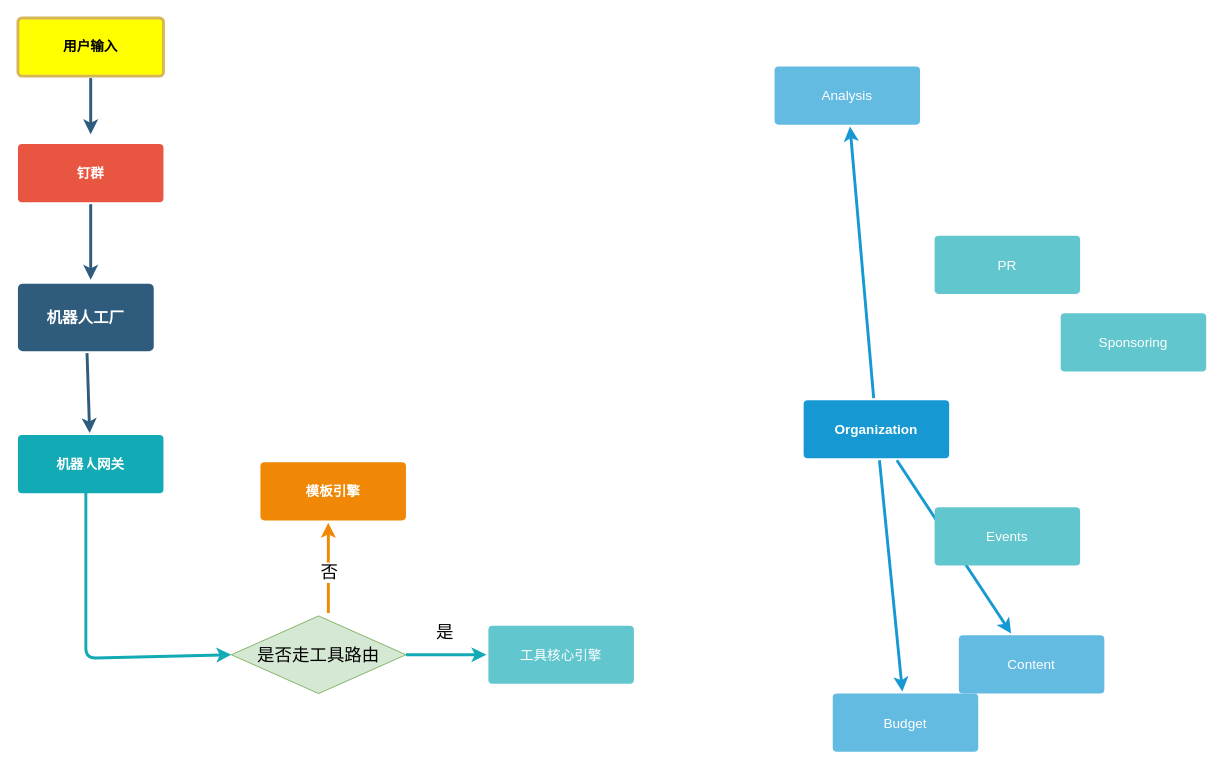
This is daily/Untitled Diagram.drawio from RdAllen/leetcode-1, a draw.io file, before an edit. Source tidied: cells renumbered, new cells numbered last; positions are measured from the earlier drawing's top-left corner, leaving out a move shared by most shapes. Both pictures are drawn from the tidied source at 97%, with x=0, y=0 at pixel (17, 17).
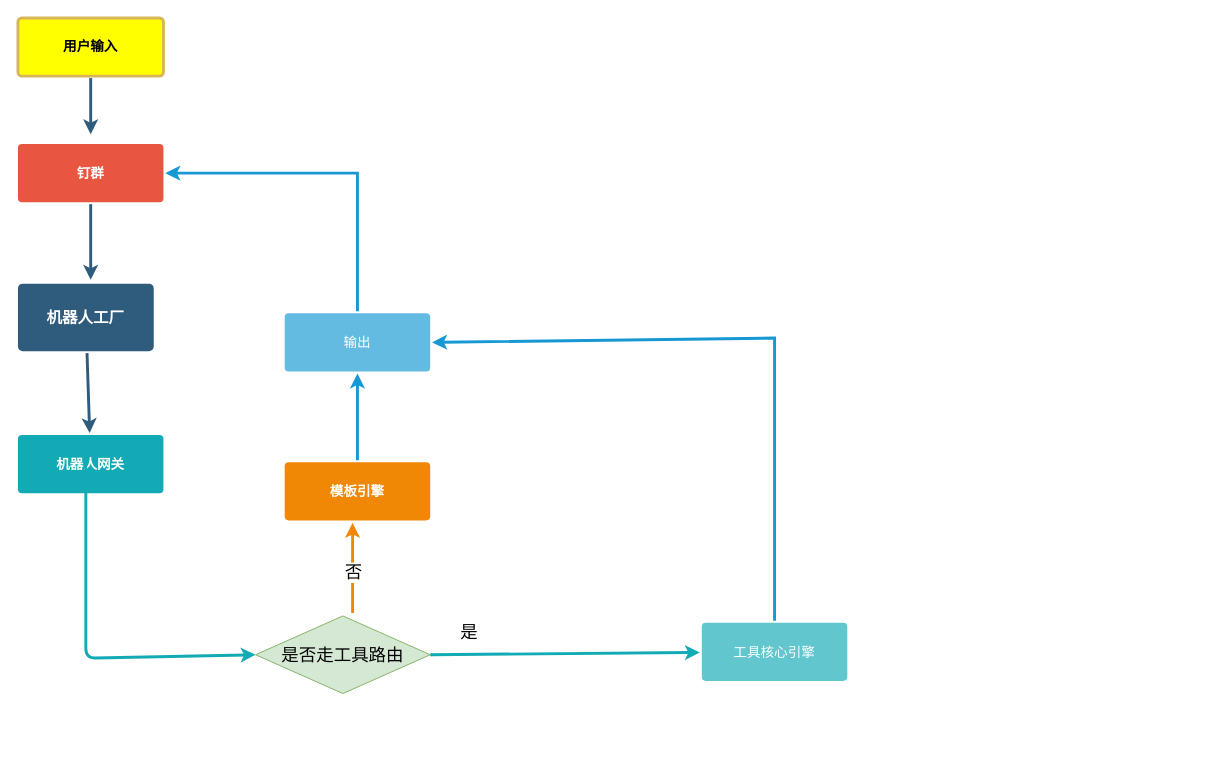
The same page after the edit.

The change refers to these unchanged cells:
```xml
<mxCell id="25" value="钉群" style="rounded=1;whiteSpace=wrap;html=1;shadow=0;labelBackgroundColor=none;strokeColor=none;strokeWidth=3;fillColor=#e85642;fontFamily=Helvetica;fontSize=14;fontColor=#FFFFFF;align=center;spacing=5;fontStyle=1;arcSize=7;perimeterSpacing=2;" parent="1" vertex="1">
  <mxGeometry y="130" width="150" height="60" as="geometry" />
</mxCell>
```

The edit, as a diff of the source:
```diff
@@
-    <mxCell id="6" style="edgeStyle=none;rounded=0;jumpStyle=none;html=1;shadow=0;labelBackgroundColor=none;startArrow=none;startFill=0;endArrow=classic;endFill=1;jettySize=auto;strokeColor=#1699D3;strokeWidth=3;fontFamily=Helvetica;fontSize=14;fontColor=#FFFFFF;spacing=5;" parent="1" edge="1" source="9" target="12">
+    <mxCell id="6" style="edgeStyle=none;rounded=0;jumpStyle=none;html=1;shadow=0;labelBackgroundColor=none;startArrow=none;startFill=0;endArrow=classic;endFill=1;jettySize=auto;strokeColor=#1699D3;strokeWidth=3;fontFamily=Helvetica;fontSize=14;fontColor=#FFFFFF;spacing=5;exitX=0.5;exitY=0;exitDx=0;exitDy=0;entryX=0.5;entryY=1;entryDx=0;entryDy=0;" parent="1" edge="1" source="13" target="12">
       <mxGeometry relative="1" as="geometry" />
     </mxCell>
-    <mxCell id="7" style="edgeStyle=none;rounded=0;jumpStyle=none;html=1;shadow=0;labelBackgroundColor=none;startArrow=none;startFill=0;endArrow=classic;endFill=1;jettySize=auto;strokeColor=#1699D3;strokeWidth=3;fontFamily=Helvetica;fontSize=14;fontColor=#FFFFFF;spacing=5;" parent="1" edge="1" source="9" target="11">
-      <mxGeometry relative="1" as="geometry" />
-    </mxCell>
-    <mxCell id="8" style="edgeStyle=none;rounded=0;jumpStyle=none;html=1;shadow=0;labelBackgroundColor=none;startArrow=none;startFill=0;endArrow=classic;endFill=1;jettySize=auto;strokeColor=#1699D3;strokeWidth=3;fontFamily=Helvetica;fontSize=14;fontColor=#FFFFFF;spacing=5;" parent="1" edge="1" source="9" target="10">
-      <mxGeometry relative="1" as="geometry" />
+    <mxCell id="8" style="edgeStyle=none;rounded=0;jumpStyle=none;html=1;shadow=0;labelBackgroundColor=none;startArrow=none;startFill=0;endArrow=classic;endFill=1;jettySize=auto;strokeColor=#1699D3;strokeWidth=3;fontFamily=Helvetica;fontSize=14;fontColor=#FFFFFF;spacing=5;entryX=1;entryY=0.5;entryDx=0;entryDy=0;exitX=0.5;exitY=0;exitDx=0;exitDy=0;" parent="1" edge="1" source="12" target="25">
+      <mxGeometry relative="1" as="geometry">
+        <Array as="points">
+          <mxPoint x="350" y="160" />
+        </Array>
+      </mxGeometry>
     </mxCell>
-    <mxCell id="9" value="Organization" style="rounded=1;whiteSpace=wrap;html=1;shadow=0;labelBackgroundColor=none;strokeColor=none;strokeWidth=3;fillColor=#1699d3;fontFamily=Helvetica;fontSize=14;fontColor=#FFFFFF;align=center;spacing=5;fontStyle=1;arcSize=7;perimeterSpacing=2;" parent="1" vertex="1">
-      <mxGeometry x="810" y="394" width="150" height="60" as="geometry" />
-    </mxCell>
-    <mxCell id="10" value="Content" style="rounded=1;whiteSpace=wrap;html=1;shadow=0;labelBackgroundColor=none;strokeColor=none;strokeWidth=3;fillColor=#64bbe2;fontFamily=Helvetica;fontSize=14;fontColor=#FFFFFF;align=center;spacing=5;arcSize=7;perimeterSpacing=2;" parent="1" vertex="1">
-      <mxGeometry x="970" y="636.5" width="150" height="60" as="geometry" />
-    </mxCell>
-    <mxCell id="11" value="Budget" style="rounded=1;whiteSpace=wrap;html=1;shadow=0;labelBackgroundColor=none;strokeColor=none;strokeWidth=3;fillColor=#64bbe2;fontFamily=Helvetica;fontSize=14;fontColor=#FFFFFF;align=center;spacing=5;arcSize=7;perimeterSpacing=2;" parent="1" vertex="1">
-      <mxGeometry x="840" y="696.5" width="150" height="60" as="geometry" />
-    </mxCell>
-    <mxCell id="12" value="Analysis" style="rounded=1;whiteSpace=wrap;html=1;shadow=0;labelBackgroundColor=none;strokeColor=none;strokeWidth=3;fillColor=#64bbe2;fontFamily=Helvetica;fontSize=14;fontColor=#FFFFFF;align=center;spacing=5;arcSize=7;perimeterSpacing=2;" parent="1" vertex="1">
-      <mxGeometry x="780" y="50" width="150" height="60" as="geometry" />
+    <mxCell id="12" value="输出" style="rounded=1;whiteSpace=wrap;html=1;shadow=0;labelBackgroundColor=none;strokeColor=none;strokeWidth=3;fillColor=#64bbe2;fontFamily=Helvetica;fontSize=14;fontColor=#FFFFFF;align=center;spacing=5;arcSize=7;perimeterSpacing=2;" parent="1" vertex="1">
+      <mxGeometry x="275" y="304.5" width="150" height="60" as="geometry" />
     </mxCell>
     <mxCell id="13" value="模板引擎" style="rounded=1;whiteSpace=wrap;html=1;shadow=0;labelBackgroundColor=none;strokeColor=none;strokeWidth=3;fillColor=#F08705;fontFamily=Helvetica;fontSize=14;fontColor=#FFFFFF;align=center;spacing=5;fontStyle=1;arcSize=7;perimeterSpacing=2;" parent="1" vertex="1">
-      <mxGeometry x="250" y="458" width="150" height="60" as="geometry" />
+      <mxGeometry x="275" y="458" width="150" height="60" as="geometry" />
     </mxCell>
@@
-    <mxCell id="15" value="Events" style="rounded=1;whiteSpace=wrap;html=1;shadow=0;labelBackgroundColor=none;strokeColor=none;strokeWidth=3;fillColor=#61c6ce;fontFamily=Helvetica;fontSize=14;fontColor=#FFFFFF;align=center;spacing=5;fontStyle=0;arcSize=7;perimeterSpacing=2;" parent="1" vertex="1">
-      <mxGeometry x="945" y="504.5" width="150" height="60" as="geometry" />
-    </mxCell>
@@
     <mxCell id="17" value="工具核心引擎" style="rounded=1;whiteSpace=wrap;html=1;shadow=0;labelBackgroundColor=none;strokeColor=none;strokeWidth=3;fillColor=#61c6ce;fontFamily=Helvetica;fontSize=14;fontColor=#FFFFFF;align=center;spacing=5;fontStyle=0;arcSize=7;perimeterSpacing=2;" parent="1" vertex="1">
-      <mxGeometry x="485" y="626.5" width="150" height="60" as="geometry" />
+      <mxGeometry x="705" y="623.5" width="150" height="60" as="geometry" />
     </mxCell>
@@
-    <mxCell id="19" value="Sponsoring" style="rounded=1;whiteSpace=wrap;html=1;shadow=0;labelBackgroundColor=none;strokeColor=none;strokeWidth=3;fillColor=#61c6ce;fontFamily=Helvetica;fontSize=14;fontColor=#FFFFFF;align=center;spacing=5;fontStyle=0;arcSize=7;perimeterSpacing=2;" parent="1" vertex="1">
-      <mxGeometry x="1075" y="304.5" width="150" height="60" as="geometry" />
-    </mxCell>
-    <mxCell id="20" value="PR" style="rounded=1;whiteSpace=wrap;html=1;shadow=0;labelBackgroundColor=none;strokeColor=none;strokeWidth=3;fillColor=#61c6ce;fontFamily=Helvetica;fontSize=14;fontColor=#FFFFFF;align=center;spacing=5;fontStyle=0;arcSize=7;perimeterSpacing=2;" parent="1" vertex="1">
-      <mxGeometry x="945" y="224.5" width="150" height="60" as="geometry" />
-    </mxCell>
     <mxCell id="21" value="&lt;font style=&quot;font-size: 18px&quot;&gt;是否走工具路由&lt;/font&gt;" style="rhombus;whiteSpace=wrap;html=1;fillColor=#d5e8d4;strokeColor=#82b366;" parent="1" vertex="1">
-      <mxGeometry x="220" y="616.5" width="180" height="80" as="geometry" />
+      <mxGeometry x="245" y="616.5" width="180" height="80" as="geometry" />
     </mxCell>
     <mxCell id="22" style="edgeStyle=none;rounded=0;jumpStyle=none;html=1;shadow=0;labelBackgroundColor=none;startArrow=none;startFill=0;endArrow=classic;endFill=1;jettySize=auto;orthogonalLoop=1;strokeColor=#F08705;strokeWidth=3;fontFamily=Helvetica;fontSize=14;fontColor=#FFFFFF;spacing=5;" parent="1" edge="1">
       <mxGeometry relative="1" as="geometry">
-        <mxPoint x="320" y="613.5" as="sourcePoint" />
-        <mxPoint x="320" y="520.5" as="targetPoint" />
+        <mxPoint x="345" y="613.5" as="sourcePoint" />
+        <mxPoint x="345" y="520.5" as="targetPoint" />
       </mxGeometry>
     </mxCell>
@@
     <mxCell id="24" value="&lt;font style=&quot;font-size: 18px&quot;&gt;是&lt;/font&gt;" style="text;html=1;align=center;verticalAlign=middle;" parent="1" vertex="1">
-      <mxGeometry x="425" y="623.5" width="30" height="20" as="geometry" />
+      <mxGeometry x="450" y="623.5" width="30" height="20" as="geometry" />
     </mxCell>
@@
+    <mxCell id="27" style="edgeStyle=none;rounded=0;jumpStyle=none;html=1;shadow=0;labelBackgroundColor=none;startArrow=none;startFill=0;endArrow=classic;endFill=1;jettySize=auto;strokeColor=#1699D3;strokeWidth=3;fontFamily=Helvetica;fontSize=14;fontColor=#FFFFFF;spacing=5;exitX=0.5;exitY=0;exitDx=0;exitDy=0;entryX=1;entryY=0.5;entryDx=0;entryDy=0;" parent="1" edge="1" source="17" target="12">
+      <mxGeometry relative="1" as="geometry">
+        <Array as="points">
+          <mxPoint x="780" y="330" />
+        </Array>
+      </mxGeometry>
+    </mxCell>
```
